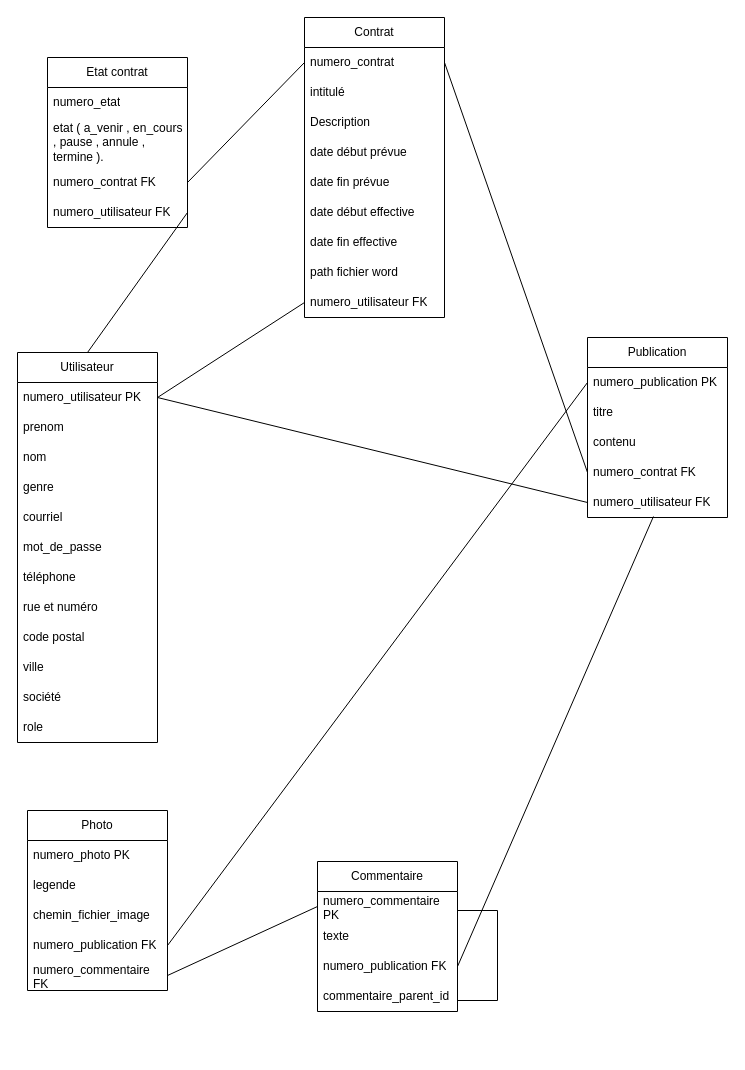
Earlier version of the draw.io diagram MLD.drawio (Georges-github/Stage_chez_CLO). Source tidied: cells renumbered, new cells numbered last; positions are measured from the earlier drawing's top-left corner, leaving out a move shared by most shapes. Both pictures are drawn from the tidied source at 100%, with x=0, y=0 at pixel (17, 17).
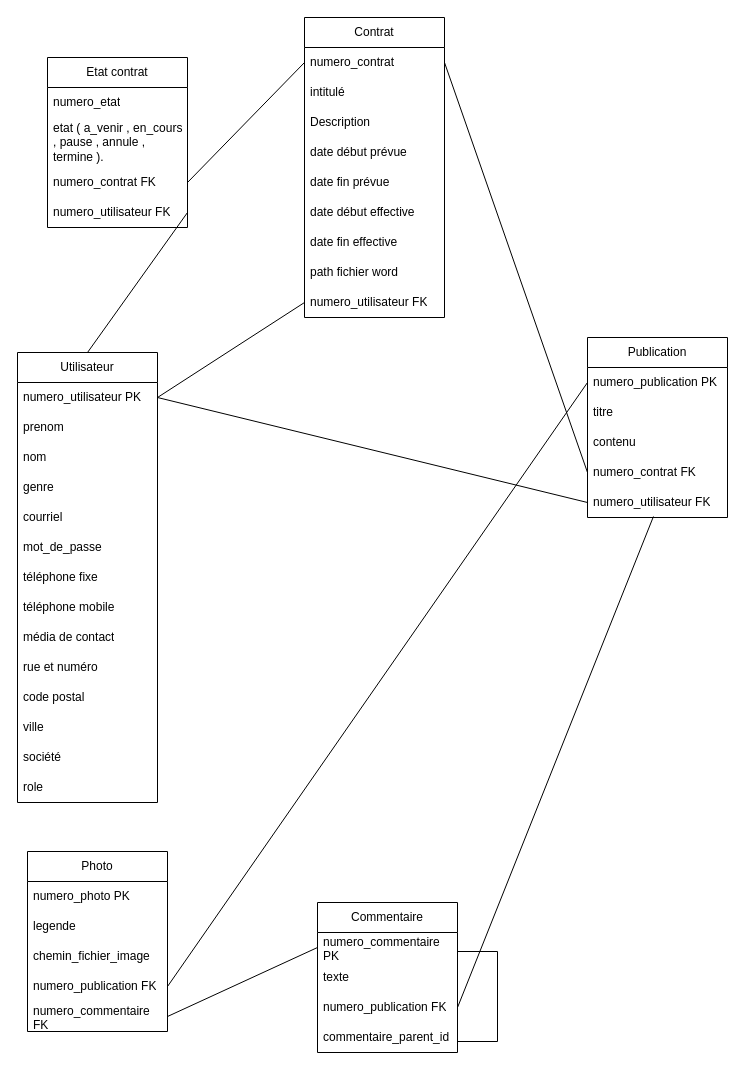
Above is the later version.

Change to the diagram source:
```diff
@@
     <mxCell id="2" value="Utilisateur" style="swimlane;fontStyle=0;horizontal=1;startSize=30;whiteSpace=wrap;html=1;" parent="1" vertex="1">
-      <mxGeometry y="335" width="140" height="390" as="geometry" />
+      <mxGeometry y="335" width="140" height="450" as="geometry" />
     </mxCell>
@@
-    <mxCell id="9" value="téléphone" style="text;strokeColor=none;fillColor=none;align=left;verticalAlign=middle;spacingLeft=4;spacingRight=4;overflow=hidden;whiteSpace=wrap;html=1;" parent="2" vertex="1">
+    <mxCell id="9" value="téléphone fixe" style="text;strokeColor=none;fillColor=none;align=left;verticalAlign=middle;spacingLeft=4;spacingRight=4;overflow=hidden;whiteSpace=wrap;html=1;" parent="2" vertex="1">
       <mxGeometry y="210" width="140" height="30" as="geometry" />
     </mxCell>
+    <mxCell id="58" value="téléphone mobile" style="text;strokeColor=none;fillColor=none;align=left;verticalAlign=middle;spacingLeft=4;spacingRight=4;overflow=hidden;whiteSpace=wrap;html=1;" parent="2" vertex="1">
+      <mxGeometry y="240" width="140" height="30" as="geometry" />
+    </mxCell>
+    <mxCell id="59" value="média de contact" style="text;strokeColor=none;fillColor=none;align=left;verticalAlign=middle;spacingLeft=4;spacingRight=4;overflow=hidden;whiteSpace=wrap;html=1;" parent="2" vertex="1">
+      <mxGeometry y="270" width="140" height="30" as="geometry" />
+    </mxCell>
     <mxCell id="10" value="rue et numéro" style="text;strokeColor=none;fillColor=none;align=left;verticalAlign=middle;spacingLeft=4;spacingRight=4;overflow=hidden;whiteSpace=wrap;html=1;" parent="2" vertex="1">
-      <mxGeometry y="240" width="140" height="30" as="geometry" />
+      <mxGeometry y="300" width="140" height="30" as="geometry" />
     </mxCell>
     <mxCell id="11" value="code postal" style="text;strokeColor=none;fillColor=none;align=left;verticalAlign=middle;spacingLeft=4;spacingRight=4;overflow=hidden;whiteSpace=wrap;html=1;" parent="2" vertex="1">
-      <mxGeometry y="270" width="140" height="30" as="geometry" />
+      <mxGeometry y="330" width="140" height="30" as="geometry" />
     </mxCell>
     <mxCell id="12" value="ville" style="text;strokeColor=none;fillColor=none;align=left;verticalAlign=middle;spacingLeft=4;spacingRight=4;overflow=hidden;whiteSpace=wrap;html=1;" parent="2" vertex="1">
-      <mxGeometry y="300" width="140" height="30" as="geometry" />
+      <mxGeometry y="360" width="140" height="30" as="geometry" />
     </mxCell>
     <mxCell id="13" value="société" style="text;strokeColor=none;fillColor=none;align=left;verticalAlign=middle;spacingLeft=4;spacingRight=4;overflow=hidden;whiteSpace=wrap;html=1;" parent="2" vertex="1">
-      <mxGeometry y="330" width="140" height="30" as="geometry" />
+      <mxGeometry y="390" width="140" height="30" as="geometry" />
     </mxCell>
     <mxCell id="14" value="role" style="text;strokeColor=none;fillColor=none;align=left;verticalAlign=middle;spacingLeft=4;spacingRight=4;overflow=hidden;whiteSpace=wrap;html=1;" parent="2" vertex="1">
-      <mxGeometry y="360" width="140" height="30" as="geometry" />
+      <mxGeometry y="420" width="140" height="30" as="geometry" />
     </mxCell>
@@
     <mxCell id="31" value="Commentaire" style="swimlane;fontStyle=0;horizontal=1;startSize=30;whiteSpace=wrap;html=1;" parent="1" vertex="1">
-      <mxGeometry x="300" y="844" width="140" height="150" as="geometry" />
+      <mxGeometry x="300" y="885" width="140" height="150" as="geometry" />
     </mxCell>
@@
     <mxCell id="36" value="Photo" style="swimlane;fontStyle=0;horizontal=1;startSize=30;whiteSpace=wrap;html=1;" parent="1" vertex="1">
-      <mxGeometry x="10" y="793" width="140" height="180" as="geometry" />
+      <mxGeometry x="10" y="834" width="140" height="180" as="geometry" />
     </mxCell>
@@
     <mxCell id="47" style="endArrow=none;html=1;" parent="1" edge="1">
       <mxGeometry relative="1" as="geometry">
-        <mxPoint x="440" y="983" as="sourcePoint" />
-        <mxPoint x="480" y="983" as="targetPoint" />
+        <mxPoint x="440" y="1024" as="sourcePoint" />
+        <mxPoint x="480" y="1024" as="targetPoint" />
       </mxGeometry>
     </mxCell>
     <mxCell id="48" style="endArrow=none;html=1;" parent="1" edge="1">
       <mxGeometry relative="1" as="geometry">
-        <mxPoint x="480" y="983" as="sourcePoint" />
-        <mxPoint x="480" y="893" as="targetPoint" />
+        <mxPoint x="480" y="1024" as="sourcePoint" />
+        <mxPoint x="480" y="934" as="targetPoint" />
       </mxGeometry>
     </mxCell>
     <mxCell id="49" style="endArrow=none;html=1;" parent="1" edge="1">
       <mxGeometry relative="1" as="geometry">
-        <mxPoint x="480" y="893" as="sourcePoint" />
-        <mxPoint x="440" y="893" as="targetPoint" />
+        <mxPoint x="480" y="934" as="sourcePoint" />
+        <mxPoint x="440" y="934" as="targetPoint" />
       </mxGeometry>
     </mxCell>
```
